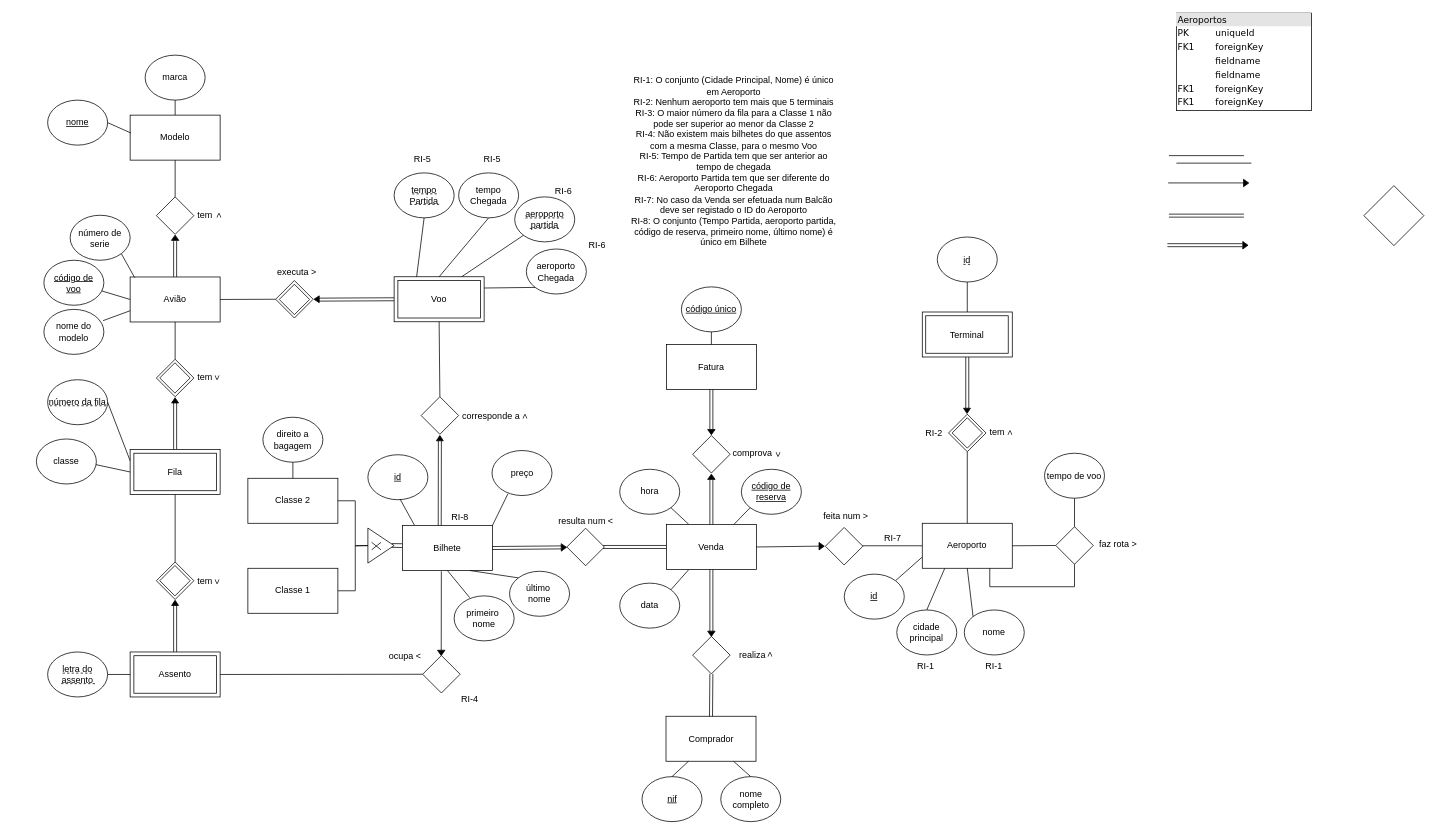
This is Projeto_BD.drawio from Samuel-k276/BD-2025, a draw.io file, before an edit. Source tidied: cells renumbered, new cells numbered last; positions are measured from the earlier drawing's top-left corner, leaving out a move shared by most shapes. Both pictures are drawn from the tidied source at 75%, with x=0, y=0 at pixel (12, 13).
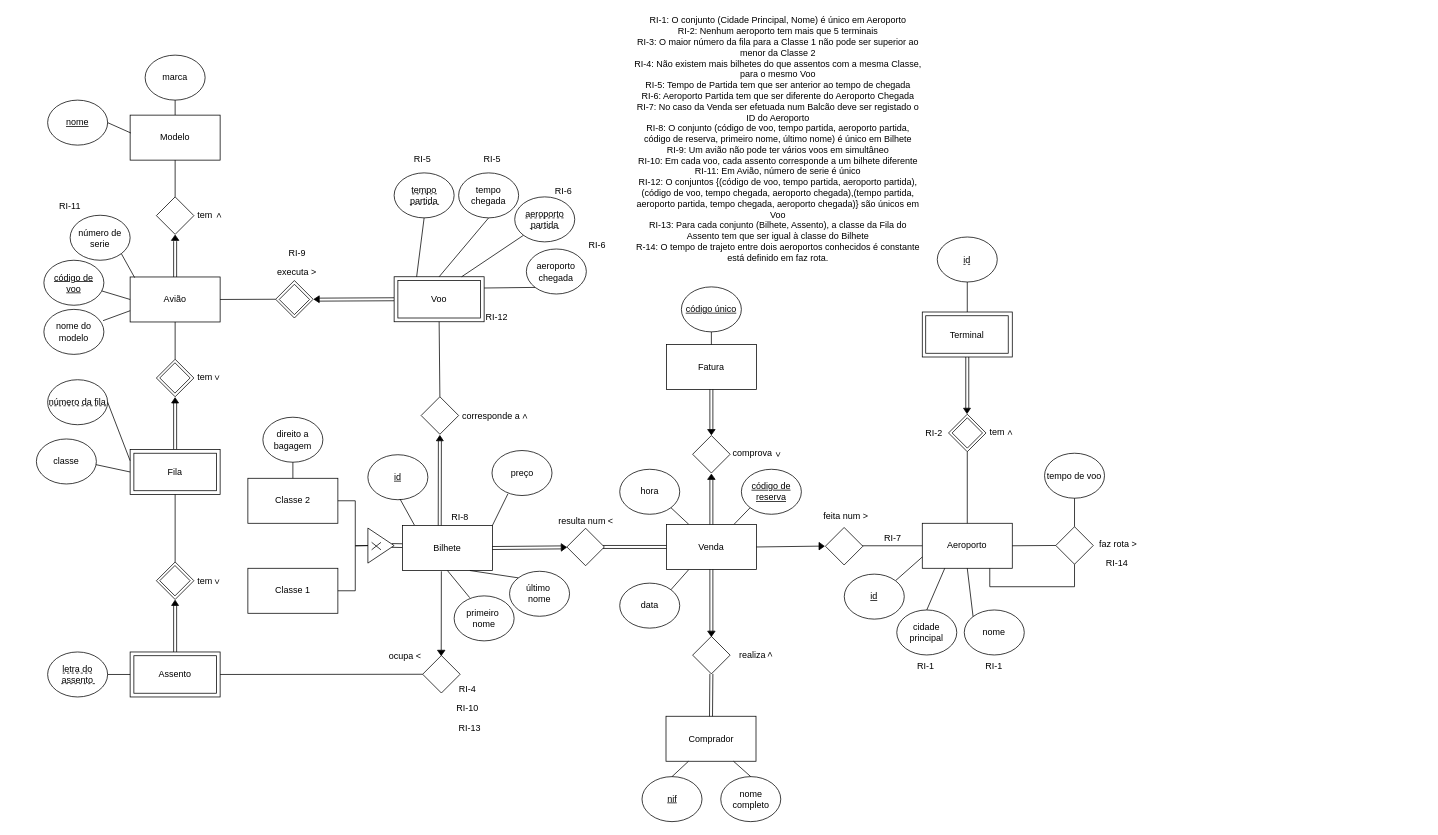
The same diagram, later.

The edit, as a diff of the source:
```diff
@@
-    <mxCell id="2" value="&lt;div style=&quot;box-sizing: border-box; width: 100%; background: rgb(228, 228, 228); padding: 2px;&quot;&gt;Aeroportos&lt;/div&gt;&lt;table style=&quot;width: 100% ; font-size: 1em&quot; cellpadding=&quot;2&quot; cellspacing=&quot;0&quot;&gt;&lt;tbody&gt;&lt;tr&gt;&lt;td&gt;PK&lt;/td&gt;&lt;td&gt;uniqueId&lt;/td&gt;&lt;/tr&gt;&lt;tr&gt;&lt;td&gt;FK1&lt;/td&gt;&lt;td&gt;foreignKey&lt;/td&gt;&lt;/tr&gt;&lt;tr&gt;&lt;td&gt;&lt;/td&gt;&lt;td&gt;fieldname&lt;/td&gt;&lt;/tr&gt;&lt;tr&gt;&lt;td&gt;&lt;br&gt;&lt;/td&gt;&lt;td&gt;fieldname&lt;br&gt;&lt;/td&gt;&lt;/tr&gt;&lt;tr&gt;&lt;td&gt;FK1&lt;br&gt;&lt;/td&gt;&lt;td&gt;foreignKey&lt;br&gt;&lt;/td&gt;&lt;/tr&gt;&lt;tr&gt;&lt;td&gt;FK1&lt;br&gt;&lt;/td&gt;&lt;td&gt;foreignKey&lt;br&gt;&lt;/td&gt;&lt;/tr&gt;&lt;/tbody&gt;&lt;/table&gt;" style="verticalAlign=top;align=left;overflow=fill;html=1;rounded=0;shadow=0;comic=0;labelBackgroundColor=none;strokeWidth=1;fontFamily=Verdana;fontSize=12;" parent="1" vertex="1">
-      <mxGeometry x="1552" width="180" height="130" as="geometry" />
-    </mxCell>
-    <mxCell id="3" style="endArrow=none;html=1;rounded=0;" parent="1" edge="1">
-      <mxGeometry relative="1" as="geometry">
-        <mxPoint x="1542" y="190" as="sourcePoint" />
-        <mxPoint x="1642" y="190" as="targetPoint" />
-      </mxGeometry>
-    </mxCell>
-    <mxCell id="4" style="endArrow=classic;html=1;rounded=0;shape=link;" parent="1" edge="1">
-      <mxGeometry relative="1" as="geometry">
-        <mxPoint x="1542" y="270" as="sourcePoint" />
-        <mxPoint x="1642" y="270" as="targetPoint" />
-      </mxGeometry>
-    </mxCell>
-    <mxCell id="5" style="group;" parent="1" vertex="1">
-      <mxGeometry x="1541" y="221.5" width="107.5" height="10" as="geometry" />
-    </mxCell>
-    <mxCell id="6" style="endArrow=none;html=1;rounded=0;" parent="5" edge="1">
-      <mxGeometry relative="1" as="geometry">
-        <mxPoint y="4.9" as="sourcePoint" />
-        <mxPoint x="100" y="4.9" as="targetPoint" />
-      </mxGeometry>
-    </mxCell>
-    <mxCell id="7" style="verticalLabelPosition=bottom;verticalAlign=top;html=1;shape=mxgraph.basic.acute_triangle;dx=0.5;rotation=90;fillColor=#000000;" parent="5" vertex="1">
-      <mxGeometry x="99" y="1.5" width="10" height="7" as="geometry" />
-    </mxCell>
-    <mxCell id="8" style="group;" parent="1" vertex="1">
-      <mxGeometry x="1540" y="304.5" width="107.5" height="10" as="geometry" />
-    </mxCell>
-    <mxCell id="9" style="endArrow=classic;html=1;rounded=0;shape=link;" parent="8" edge="1">
-      <mxGeometry relative="1" as="geometry">
-        <mxPoint y="4.9" as="sourcePoint" />
-        <mxPoint x="100" y="4.9" as="targetPoint" />
-      </mxGeometry>
-    </mxCell>
-    <mxCell id="10" style="verticalLabelPosition=bottom;verticalAlign=top;html=1;shape=mxgraph.basic.acute_triangle;dx=0.5;rotation=90;fillColor=#000000;" parent="8" vertex="1">
-      <mxGeometry x="99" y="1.5" width="10" height="7" as="geometry" />
-    </mxCell>
-    <mxCell id="11" style="rhombus;whiteSpace=wrap;html=1;strokeColor=default;align=center;verticalAlign=top;fontFamily=Helvetica;fontSize=12;fontColor=default;fillColor=#FFFFFF;" parent="1" vertex="1">
-      <mxGeometry x="1802" y="230" width="80" height="80" as="geometry" />
-    </mxCell>
-    <mxCell id="12" style="endArrow=none;html=1;rounded=0;" parent="1" edge="1">
-      <mxGeometry relative="1" as="geometry">
-        <mxPoint x="1552" y="200" as="sourcePoint" />
-        <mxPoint x="1652" y="200" as="targetPoint" />
-      </mxGeometry>
-    </mxCell>
@@
-    <mxCell id="44" value="tempo&lt;div&gt;Partida&lt;/div&gt;" style="ellipse;whiteSpace=wrap;html=1;" parent="1" vertex="1">
+    <mxCell id="44" value="tempo&lt;div&gt;partida&lt;/div&gt;" style="ellipse;whiteSpace=wrap;html=1;" parent="1" vertex="1">
       <mxGeometry x="509" y="213" width="80" height="60" as="geometry" />
     </mxCell>
-    <mxCell id="45" value="tempo&lt;div&gt;Chegada&lt;/div&gt;" style="ellipse;whiteSpace=wrap;html=1;" parent="1" vertex="1">
+    <mxCell id="45" value="tempo&lt;div&gt;chegada&lt;/div&gt;" style="ellipse;whiteSpace=wrap;html=1;" parent="1" vertex="1">
       <mxGeometry x="595" y="213" width="80" height="60" as="geometry" />
     </mxCell>
@@
-    <mxCell id="48" value="aeroporto Chegada" style="ellipse;whiteSpace=wrap;html=1;" parent="1" vertex="1">
+    <mxCell id="48" value="aeroporto chegada" style="ellipse;whiteSpace=wrap;html=1;" parent="1" vertex="1">
       <mxGeometry x="685.3" y="314.5" width="80" height="60" as="geometry" />
     </mxCell>
@@
-    <mxCell id="112" value="&lt;div&gt;RI-1: O conjunto (Cidade Principal, Nome) é único em Aeroporto&lt;/div&gt;RI-2: Nenhum aeroporto tem mais que 5 terminais&lt;div&gt;RI-3: O maior número da fila para a Classe 1 não pode ser superior ao menor da Classe 2&lt;/div&gt;&lt;div&gt;RI-4: Não existem mais bilhetes do que assentos com a mesma Classe, para o mesmo Voo&lt;/div&gt;&lt;div&gt;RI-5: Tempo de Partida tem que ser anterior ao tempo de chegada&lt;/div&gt;&lt;div&gt;RI-6: Aeroporto Partida tem que ser diferente do Aeroporto Chegada&lt;/div&gt;&lt;div&gt;RI-7: No caso da Venda ser efetuada num Balcão deve ser registado o ID do Aeroporto&lt;/div&gt;&lt;div&gt;RI-8: O conjunto (Tempo Partida, aeroporto partida, código de reserva, primeiro nome, último nome) é único em Bilhete&lt;/div&gt;" style="text;html=1;align=center;verticalAlign=middle;whiteSpace=wrap;rounded=0;" parent="1" vertex="1">
-      <mxGeometry x="822" y="94.2" width="280" height="208.2" as="geometry" />
+    <mxCell id="112" value="&lt;div&gt;RI-1: O conjunto (Cidade Principal, Nome) é único em Aeroporto&lt;/div&gt;RI-2: Nenhum aeroporto tem mais que 5 terminais&lt;div&gt;RI-3: O maior número da fila para a Classe 1 não pode ser superior ao menor da Classe 2&lt;/div&gt;&lt;div&gt;RI-4: Não existem mais bilhetes do que assentos com a mesma Classe, para o mesmo Voo&lt;/div&gt;&lt;div&gt;RI-5: Tempo de Partida tem que ser anterior ao tempo de chegada&lt;/div&gt;&lt;div&gt;RI-6: Aeroporto Partida tem que ser diferente do Aeroporto Chegada&lt;/div&gt;&lt;div&gt;RI-7: No caso da Venda ser efetuada num Balcão deve ser registado o ID do Aeroporto&lt;/div&gt;&lt;div&gt;RI-8: O conjunto (código de voo, tempo partida, aeroporto partida, código de reserva, primeiro nome, último nome) é único em Bilhete&lt;/div&gt;&lt;div&gt;RI-9: Um avião não pode ter vários voos em simultâneo&lt;/div&gt;&lt;div&gt;RI-10: Em cada voo, cada assento corresponde a um bilhete diferente&lt;/div&gt;&lt;div&gt;RI-11: Em Avião, número de serie é único&lt;/div&gt;&lt;div&gt;RI-12: O conjuntos {(código de voo, tempo partida, aeroporto partida),(código de voo, tempo chegada, aeroporto chegada),(&lt;span style=&quot;background-color: transparent; color: light-dark(rgb(0, 0, 0), rgb(255, 255, 255));&quot;&gt;tempo partida, aeroporto partida,&amp;nbsp;&lt;/span&gt;&lt;span style=&quot;background-color: transparent; color: light-dark(rgb(0, 0, 0), rgb(255, 255, 255));&quot;&gt;tempo chegada, aeroporto chegada)} são únicos em Voo&lt;/span&gt;&lt;/div&gt;&lt;div&gt;&lt;span style=&quot;background-color: transparent; color: light-dark(rgb(0, 0, 0), rgb(255, 255, 255));&quot;&gt;RI-13: Para cada conjunto (Bilhete, Assento), a classe da Fila do Assento tem que ser igual à classe do Bilhete&lt;/span&gt;&lt;/div&gt;&lt;div&gt;&lt;span style=&quot;background-color: transparent; color: light-dark(rgb(0, 0, 0), rgb(255, 255, 255));&quot;&gt;R-14: O tempo de trajeto entre dois aeroportos conhecidos é constante está definido em faz rota.&lt;/span&gt;&lt;/div&gt;" style="text;html=1;align=center;verticalAlign=middle;whiteSpace=wrap;rounded=0;" parent="1" vertex="1">
+      <mxGeometry x="826" y="67" width="390" height="202.5" as="geometry" />
     </mxCell>
@@
     <mxCell id="147" value="RI-4" style="text;html=1;align=center;verticalAlign=middle;whiteSpace=wrap;rounded=0;" parent="1" vertex="1">
-      <mxGeometry x="579.5" y="900" width="60" height="30" as="geometry" />
+      <mxGeometry x="576.8" y="885.8" width="60" height="30" as="geometry" />
     </mxCell>
@@
+    <mxCell id="199" value="RI-9" style="text;html=1;align=center;verticalAlign=middle;whiteSpace=wrap;rounded=0;" parent="1" vertex="1">
+      <mxGeometry x="349.5" y="305" width="60" height="30" as="geometry" />
+    </mxCell>
+    <mxCell id="200" value="RI-10" style="text;html=1;align=center;verticalAlign=middle;whiteSpace=wrap;rounded=0;" parent="1" vertex="1">
+      <mxGeometry x="576.8" y="911.8" width="60" height="30" as="geometry" />
+    </mxCell>
+    <mxCell id="201" value="RI-11" style="text;html=1;align=center;verticalAlign=middle;whiteSpace=wrap;rounded=0;" parent="1" vertex="1">
+      <mxGeometry x="47" y="243" width="60" height="30" as="geometry" />
+    </mxCell>
+    <mxCell id="202" value="RI-12" style="text;html=1;align=center;verticalAlign=middle;whiteSpace=wrap;rounded=0;" parent="1" vertex="1">
+      <mxGeometry x="616" y="389.5" width="60" height="30" as="geometry" />
+    </mxCell>
+    <mxCell id="203" value="RI-13" style="text;html=1;align=center;verticalAlign=middle;whiteSpace=wrap;rounded=0;" parent="1" vertex="1">
+      <mxGeometry x="579.5" y="937.5" width="60" height="30" as="geometry" />
+    </mxCell>
+    <mxCell id="204" value="RI-14" style="text;html=1;align=center;verticalAlign=middle;whiteSpace=wrap;rounded=0;" parent="1" vertex="1">
+      <mxGeometry x="1442.9" y="718" width="60" height="30" as="geometry" />
+    </mxCell>
```
